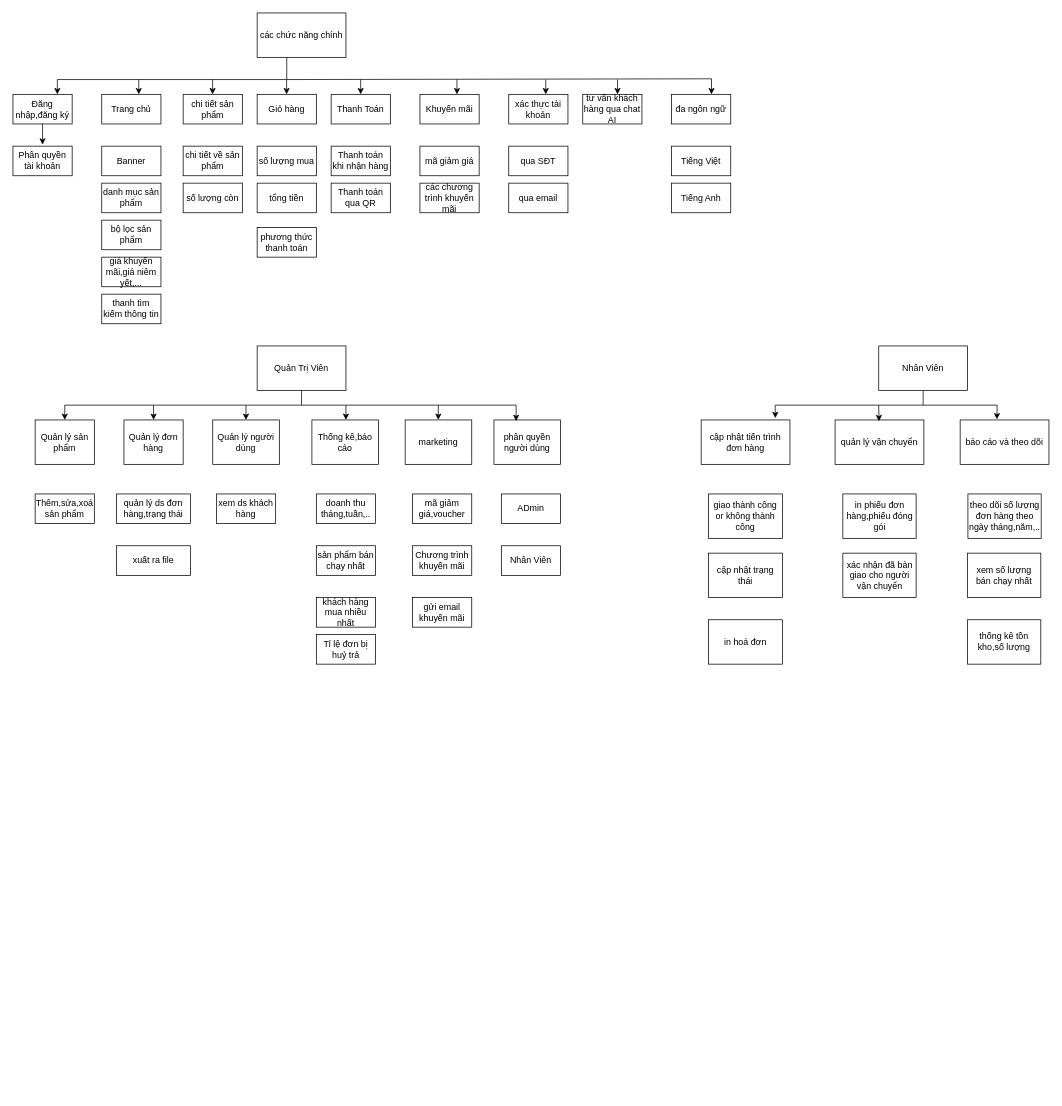
Above: Biểu đồ không có tiêu đề.drawio in vuongnd03/black-had (draw.io), before the change. Source tidied: cells renumbered, new cells numbered last; positions are measured from the earlier drawing's top-left corner, leaving out a move shared by most shapes. Both pictures are drawn from the tidied source at 74%, with x=0, y=0 at pixel (13, 13).
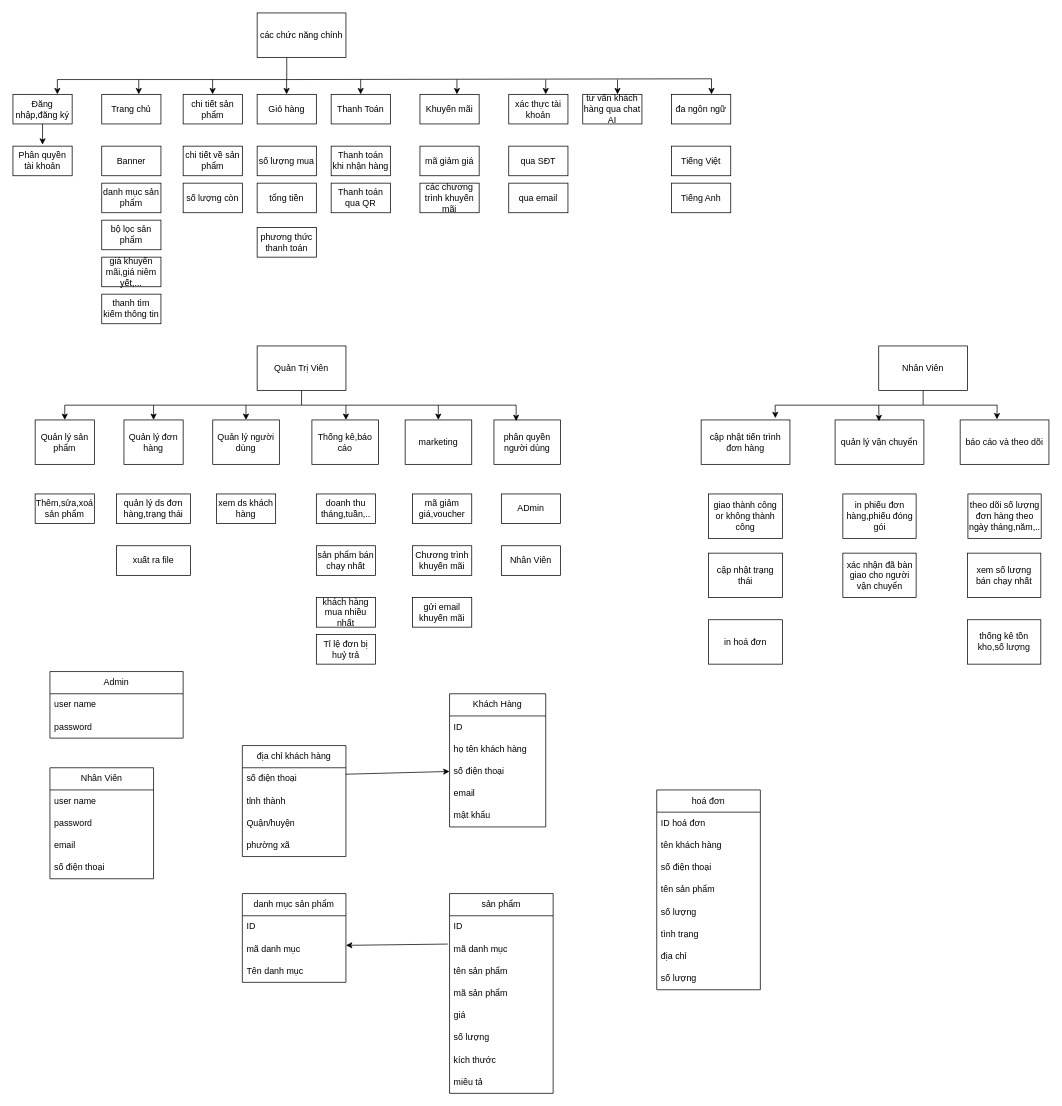
After the change.

Commit message:
Cập nhật csdl website bán hàng.drawio

The edit, as a diff of the source:
```diff
@@
+    <mxCell id="82" value="Admin" style="swimlane;fontStyle=0;horizontal=1;startSize=30;whiteSpace=wrap;html=1;" parent="1" vertex="1">
+      <mxGeometry x="50" y="890" width="180" height="90" as="geometry" />
+    </mxCell>
+    <mxCell id="83" value="user name" style="text;strokeColor=none;fillColor=none;align=left;verticalAlign=middle;spacingLeft=4;spacingRight=4;overflow=hidden;whiteSpace=wrap;html=1;" parent="82" vertex="1">
+      <mxGeometry y="30" width="180" height="30" as="geometry" />
+    </mxCell>
+    <mxCell id="84" value="password" style="text;strokeColor=none;fillColor=none;align=left;verticalAlign=middle;spacingLeft=4;spacingRight=4;overflow=hidden;whiteSpace=wrap;html=1;" parent="82" vertex="1">
+      <mxGeometry y="60" width="180" height="30" as="geometry" />
+    </mxCell>
+    <mxCell id="85" value="Nhân Viên" style="swimlane;fontStyle=0;horizontal=1;startSize=30;whiteSpace=wrap;html=1;" parent="1" vertex="1">
+      <mxGeometry x="50" y="1020" width="140" height="150" as="geometry" />
+    </mxCell>
+    <mxCell id="86" value="user name" style="text;strokeColor=none;fillColor=none;align=left;verticalAlign=middle;spacingLeft=4;spacingRight=4;overflow=hidden;whiteSpace=wrap;html=1;" parent="85" vertex="1">
+      <mxGeometry y="30" width="140" height="30" as="geometry" />
+    </mxCell>
+    <mxCell id="87" value="password" style="text;strokeColor=none;fillColor=none;align=left;verticalAlign=middle;spacingLeft=4;spacingRight=4;overflow=hidden;whiteSpace=wrap;html=1;" parent="85" vertex="1">
+      <mxGeometry y="60" width="140" height="30" as="geometry" />
+    </mxCell>
+    <mxCell id="88" value="email" style="text;strokeColor=none;fillColor=none;align=left;verticalAlign=middle;spacingLeft=4;spacingRight=4;overflow=hidden;whiteSpace=wrap;html=1;" parent="85" vertex="1">
+      <mxGeometry y="90" width="140" height="30" as="geometry" />
+    </mxCell>
+    <mxCell id="89" value="số điện thoại" style="text;strokeColor=none;fillColor=none;align=left;verticalAlign=middle;spacingLeft=4;spacingRight=4;overflow=hidden;whiteSpace=wrap;html=1;" parent="85" vertex="1">
+      <mxGeometry y="120" width="140" height="30" as="geometry" />
+    </mxCell>
+    <mxCell id="90" value="Khách Hàng" style="swimlane;fontStyle=0;horizontal=1;startSize=30;whiteSpace=wrap;html=1;" parent="1" vertex="1">
+      <mxGeometry x="590" y="920" width="130" height="180" as="geometry" />
+    </mxCell>
+    <mxCell id="91" value="ID" style="text;strokeColor=none;fillColor=none;align=left;verticalAlign=middle;spacingLeft=4;spacingRight=4;overflow=hidden;whiteSpace=wrap;html=1;" parent="90" vertex="1">
+      <mxGeometry y="30" width="130" height="30" as="geometry" />
+    </mxCell>
+    <mxCell id="92" value="họ tên khách hàng" style="text;strokeColor=none;fillColor=none;align=left;verticalAlign=middle;spacingLeft=4;spacingRight=4;overflow=hidden;whiteSpace=wrap;html=1;" parent="90" vertex="1">
+      <mxGeometry y="60" width="130" height="30" as="geometry" />
+    </mxCell>
+    <mxCell id="93" value="số điện thoại" style="text;strokeColor=none;fillColor=none;align=left;verticalAlign=middle;spacingLeft=4;spacingRight=4;overflow=hidden;points=[[0,0.5],[1,0.5]];portConstraint=eastwest;whiteSpace=wrap;html=1;" parent="90" vertex="1">
+      <mxGeometry y="90" width="130" height="30" as="geometry" />
+    </mxCell>
+    <mxCell id="94" value="email" style="text;strokeColor=none;fillColor=none;align=left;verticalAlign=middle;spacingLeft=4;spacingRight=4;overflow=hidden;whiteSpace=wrap;html=1;" parent="90" vertex="1">
+      <mxGeometry y="120" width="130" height="30" as="geometry" />
+    </mxCell>
+    <mxCell id="95" value="mật khẩu" style="text;strokeColor=none;fillColor=none;align=left;verticalAlign=middle;spacingLeft=4;spacingRight=4;overflow=hidden;whiteSpace=wrap;html=1;" parent="90" vertex="1">
+      <mxGeometry y="150" width="130" height="30" as="geometry" />
+    </mxCell>
+    <mxCell id="96" value="địa chỉ khách hàng" style="swimlane;fontStyle=0;horizontal=1;startSize=30;whiteSpace=wrap;html=1;" parent="1" vertex="1">
+      <mxGeometry x="310" y="990" width="140" height="150" as="geometry" />
+    </mxCell>
+    <mxCell id="97" value="số điện thoại" style="text;strokeColor=none;fillColor=none;align=left;verticalAlign=middle;spacingLeft=4;spacingRight=4;overflow=hidden;points=[[0,0.5],[1,0.5]];portConstraint=eastwest;whiteSpace=wrap;html=1;" parent="96" vertex="1">
+      <mxGeometry y="30" width="140" height="30" as="geometry" />
+    </mxCell>
+    <mxCell id="98" value="tỉnh thành" style="text;strokeColor=none;fillColor=none;align=left;verticalAlign=middle;spacingLeft=4;spacingRight=4;overflow=hidden;whiteSpace=wrap;html=1;" parent="96" vertex="1">
+      <mxGeometry y="60" width="140" height="30" as="geometry" />
+    </mxCell>
+    <mxCell id="99" value="Quận/huyện" style="text;strokeColor=none;fillColor=none;align=left;verticalAlign=middle;spacingLeft=4;spacingRight=4;overflow=hidden;whiteSpace=wrap;html=1;" parent="96" vertex="1">
+      <mxGeometry y="90" width="140" height="30" as="geometry" />
+    </mxCell>
+    <mxCell id="100" value="phường xã" style="text;strokeColor=none;fillColor=none;align=left;verticalAlign=middle;spacingLeft=4;spacingRight=4;overflow=hidden;whiteSpace=wrap;html=1;" parent="96" vertex="1">
+      <mxGeometry y="120" width="140" height="30" as="geometry" />
+    </mxCell>
+    <mxCell id="101" style="endArrow=classic;html=1;rounded=0;exitX=0.997;exitY=0.292;exitDx=0;exitDy=0;exitPerimeter=0;entryX=0;entryY=0.5;entryDx=0;entryDy=0;" parent="1" edge="1" source="97" target="93">
+      <mxGeometry relative="1" as="geometry" />
+    </mxCell>
+    <mxCell id="102" value="danh mục sản phẩm" style="swimlane;fontStyle=0;horizontal=1;startSize=30;whiteSpace=wrap;html=1;" parent="1" vertex="1">
+      <mxGeometry x="310" y="1190" width="140" height="120" as="geometry" />
+    </mxCell>
+    <mxCell id="103" value="ID" style="text;strokeColor=none;fillColor=none;align=left;verticalAlign=middle;spacingLeft=4;spacingRight=4;overflow=hidden;whiteSpace=wrap;html=1;" parent="102" vertex="1">
+      <mxGeometry y="30" width="140" height="30" as="geometry" />
+    </mxCell>
+    <mxCell id="104" style="endArrow=classic;html=1;rounded=0;exitX=-0.017;exitY=0.276;exitDx=0;exitDy=0;exitPerimeter=0;" parent="102" edge="1" source="109">
+      <mxGeometry relative="1" as="geometry">
+        <mxPoint x="140" y="70" as="targetPoint" />
+      </mxGeometry>
+    </mxCell>
+    <mxCell id="105" value="mã danh mục" style="text;strokeColor=none;fillColor=none;align=left;verticalAlign=middle;spacingLeft=4;spacingRight=4;overflow=hidden;whiteSpace=wrap;html=1;" parent="102" vertex="1">
+      <mxGeometry y="60" width="140" height="30" as="geometry" />
+    </mxCell>
+    <mxCell id="106" value="Tên danh mục" style="text;strokeColor=none;fillColor=none;align=left;verticalAlign=middle;spacingLeft=4;spacingRight=4;overflow=hidden;whiteSpace=wrap;html=1;" parent="102" vertex="1">
+      <mxGeometry y="90" width="140" height="30" as="geometry" />
+    </mxCell>
+    <mxCell id="107" value="sản phẩm" style="swimlane;fontStyle=0;horizontal=1;startSize=30;whiteSpace=wrap;html=1;" parent="1" vertex="1">
+      <mxGeometry x="590" y="1190" width="140" height="270" as="geometry" />
+    </mxCell>
+    <mxCell id="108" value="ID" style="text;strokeColor=none;fillColor=none;align=left;verticalAlign=middle;spacingLeft=4;spacingRight=4;overflow=hidden;whiteSpace=wrap;html=1;" parent="107" vertex="1">
+      <mxGeometry y="30" width="140" height="30" as="geometry" />
+    </mxCell>
+    <mxCell id="109" value="mã danh mục" style="text;strokeColor=none;fillColor=none;align=left;verticalAlign=middle;spacingLeft=4;spacingRight=4;overflow=hidden;points=[[0,0.5],[1,0.5]];portConstraint=eastwest;whiteSpace=wrap;html=1;" parent="107" vertex="1">
+      <mxGeometry y="60" width="140" height="30" as="geometry" />
+    </mxCell>
+    <mxCell id="110" value="tên sản phẩm" style="text;strokeColor=none;fillColor=none;align=left;verticalAlign=middle;spacingLeft=4;spacingRight=4;overflow=hidden;whiteSpace=wrap;html=1;" parent="107" vertex="1">
+      <mxGeometry y="90" width="140" height="30" as="geometry" />
+    </mxCell>
+    <mxCell id="111" value="mã sản phẩm" style="text;strokeColor=none;fillColor=none;align=left;verticalAlign=middle;spacingLeft=4;spacingRight=4;overflow=hidden;whiteSpace=wrap;html=1;" parent="107" vertex="1">
+      <mxGeometry y="120" width="140" height="30" as="geometry" />
+    </mxCell>
+    <mxCell id="112" value="giá" style="text;strokeColor=none;fillColor=none;align=left;verticalAlign=middle;spacingLeft=4;spacingRight=4;overflow=hidden;whiteSpace=wrap;html=1;" parent="107" vertex="1">
+      <mxGeometry y="150" width="140" height="30" as="geometry" />
+    </mxCell>
+    <mxCell id="113" value="số lượng" style="text;strokeColor=none;fillColor=none;align=left;verticalAlign=middle;spacingLeft=4;spacingRight=4;overflow=hidden;whiteSpace=wrap;html=1;" parent="107" vertex="1">
+      <mxGeometry y="180" width="140" height="30" as="geometry" />
+    </mxCell>
+    <mxCell id="114" value="kích thước" style="text;strokeColor=none;fillColor=none;align=left;verticalAlign=middle;spacingLeft=4;spacingRight=4;overflow=hidden;whiteSpace=wrap;html=1;" parent="107" vertex="1">
+      <mxGeometry y="210" width="140" height="30" as="geometry" />
+    </mxCell>
+    <mxCell id="115" value="miêu tả" style="text;strokeColor=none;fillColor=none;align=left;verticalAlign=middle;spacingLeft=4;spacingRight=4;overflow=hidden;whiteSpace=wrap;html=1;" parent="107" vertex="1">
+      <mxGeometry y="240" width="140" height="30" as="geometry" />
+    </mxCell>
+    <mxCell id="116" value="hoá đơn" style="swimlane;fontStyle=0;horizontal=1;startSize=30;whiteSpace=wrap;html=1;" parent="1" vertex="1">
+      <mxGeometry x="870" y="1050" width="140" height="270" as="geometry" />
+    </mxCell>
+    <mxCell id="117" value="ID hoá đơn" style="text;strokeColor=none;fillColor=none;align=left;verticalAlign=middle;spacingLeft=4;spacingRight=4;overflow=hidden;whiteSpace=wrap;html=1;" parent="116" vertex="1">
+      <mxGeometry y="30" width="140" height="30" as="geometry" />
+    </mxCell>
+    <mxCell id="118" value="tên khách hàng" style="text;strokeColor=none;fillColor=none;align=left;verticalAlign=middle;spacingLeft=4;spacingRight=4;overflow=hidden;whiteSpace=wrap;html=1;" parent="116" vertex="1">
+      <mxGeometry y="60" width="140" height="30" as="geometry" />
+    </mxCell>
+    <mxCell id="119" value="số điện thoại" style="text;strokeColor=none;fillColor=none;align=left;verticalAlign=middle;spacingLeft=4;spacingRight=4;overflow=hidden;whiteSpace=wrap;html=1;" parent="116" vertex="1">
+      <mxGeometry y="90" width="140" height="30" as="geometry" />
+    </mxCell>
+    <mxCell id="120" value="tên sản phẩm" style="text;strokeColor=none;fillColor=none;align=left;verticalAlign=middle;spacingLeft=4;spacingRight=4;overflow=hidden;whiteSpace=wrap;html=1;" parent="116" vertex="1">
+      <mxGeometry y="120" width="140" height="30" as="geometry" />
+    </mxCell>
+    <mxCell id="121" value="số lượng" style="text;strokeColor=none;fillColor=none;align=left;verticalAlign=middle;spacingLeft=4;spacingRight=4;overflow=hidden;whiteSpace=wrap;html=1;" parent="116" vertex="1">
+      <mxGeometry y="150" width="140" height="30" as="geometry" />
+    </mxCell>
+    <mxCell id="122" value="tình trạng" style="text;strokeColor=none;fillColor=none;align=left;verticalAlign=middle;spacingLeft=4;spacingRight=4;overflow=hidden;whiteSpace=wrap;html=1;" parent="116" vertex="1">
+      <mxGeometry y="180" width="140" height="30" as="geometry" />
+    </mxCell>
+    <mxCell id="123" value="địa chỉ" style="text;strokeColor=none;fillColor=none;align=left;verticalAlign=middle;spacingLeft=4;spacingRight=4;overflow=hidden;whiteSpace=wrap;html=1;" parent="116" vertex="1">
+      <mxGeometry y="210" width="140" height="30" as="geometry" />
+    </mxCell>
+    <mxCell id="124" value="số lượng" style="text;strokeColor=none;fillColor=none;align=left;verticalAlign=middle;spacingLeft=4;spacingRight=4;overflow=hidden;whiteSpace=wrap;html=1;" parent="116" vertex="1">
+      <mxGeometry y="240" width="140" height="30" as="geometry" />
+    </mxCell>
```
